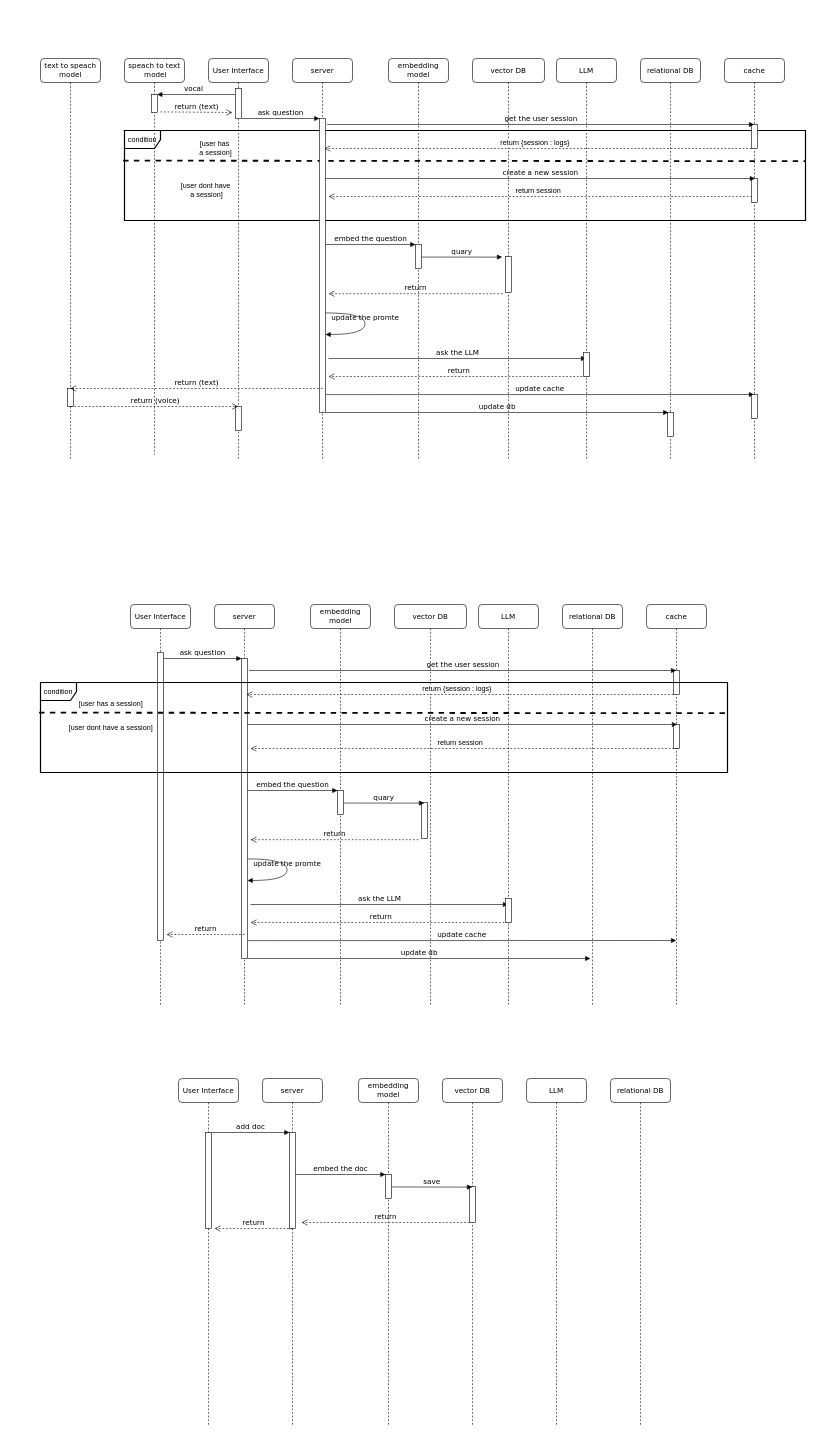
Earlier version of the draw.io diagram diagrams/seq-diargam.drawio (B-AJ-Amar/GL-final-project). Source tidied: cells renumbered, new cells numbered last; positions are measured from the earlier drawing's top-left corner, leaving out a move shared by most shapes. Both pictures are drawn from the tidied source at 60%, with x=0, y=0 at pixel (40, 58).
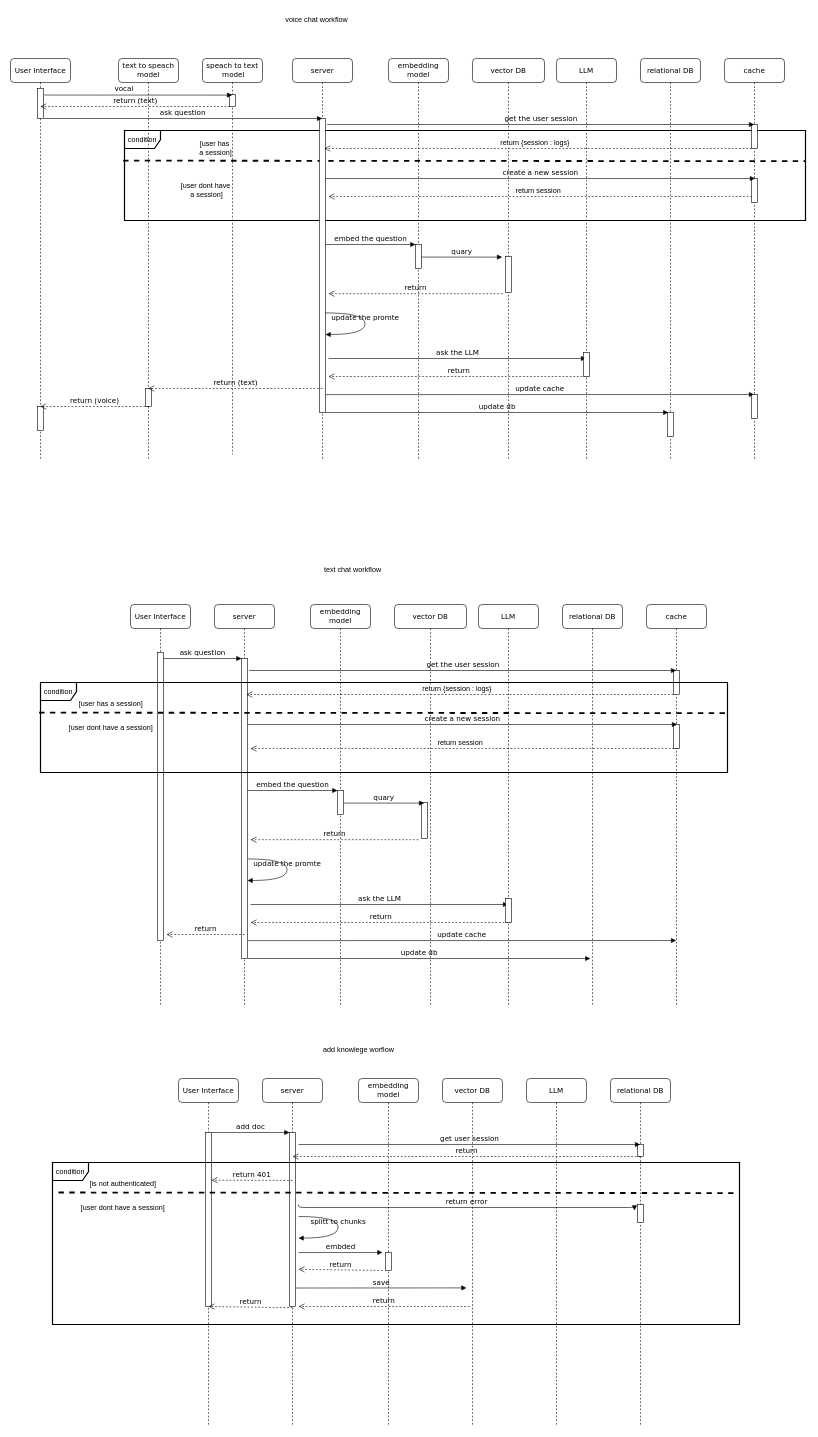
After the change.

The change refers to these unchanged cells:
```xml
<mxCell id="15" value="server" style="shape=umlLifeline;perimeter=lifelinePerimeter;whiteSpace=wrap;html=1;rounded=1;shadow=0;comic=0;labelBackgroundColor=none;strokeWidth=1;fontFamily=Verdana;fontSize=12;align=center;" parent="1" vertex="1">
  <mxGeometry x="370" y="1700" width="100" height="580" as="geometry" />
</mxCell>
<mxCell id="17" value="embedding model" style="shape=umlLifeline;perimeter=lifelinePerimeter;whiteSpace=wrap;html=1;rounded=1;shadow=0;comic=0;labelBackgroundColor=none;strokeWidth=1;fontFamily=Verdana;fontSize=12;align=center;" parent="1" vertex="1">
  <mxGeometry x="530" y="1700" width="100" height="580" as="geometry" />
</mxCell>
<mxCell id="23" value="relational DB" style="shape=umlLifeline;perimeter=lifelinePerimeter;whiteSpace=wrap;html=1;outlineConnect=0;rounded=1;shadow=0;comic=0;labelBackgroundColor=none;strokeWidth=1;fontFamily=Verdana;fontSize=12;align=center;" parent="1" vertex="1">
  <mxGeometry x="950" y="1700" width="100" height="580" as="geometry" />
</mxCell>
<mxCell id="24" value="User Interface" style="shape=umlLifeline;perimeter=lifelinePerimeter;whiteSpace=wrap;html=1;rounded=1;shadow=0;comic=0;labelBackgroundColor=none;strokeWidth=1;fontFamily=Verdana;fontSize=12;align=center;" parent="1" vertex="1">
  <mxGeometry x="230" y="1700" width="100" height="580" as="geometry" />
</mxCell>
<mxCell id="68" value="server" style="shape=umlLifeline;perimeter=lifelinePerimeter;whiteSpace=wrap;html=1;outlineConnect=0;rounded=1;shadow=0;comic=0;labelBackgroundColor=none;strokeWidth=1;fontFamily=Verdana;fontSize=12;align=center;" parent="1" vertex="1">
  <mxGeometry x="420" width="100" height="670" as="geometry" />
</mxCell>
<mxCell id="88" style="html=1;points=[];perimeter=orthogonalPerimeter;rounded=0;shadow=0;comic=0;labelBackgroundColor=none;strokeWidth=1;fontFamily=Verdana;fontSize=12;align=center;" parent="86" vertex="1">
  <mxGeometry x="45" y="50" width="10" height="50" as="geometry" />
</mxCell>
```

Change to the diagram source:
```diff
@@
+    <mxCell id="20" value="vector DB" style="shape=umlLifeline;perimeter=lifelinePerimeter;whiteSpace=wrap;html=1;outlineConnect=0;rounded=1;shadow=0;comic=0;labelBackgroundColor=none;strokeWidth=1;fontFamily=Verdana;fontSize=12;align=center;" parent="1" vertex="1">
+      <mxGeometry x="670" y="1700" width="100" height="580" as="geometry" />
+    </mxCell>
@@
     <mxCell id="11" value="speach to text&lt;div&gt;&amp;nbsp;model&lt;/div&gt;" style="shape=umlLifeline;perimeter=lifelinePerimeter;whiteSpace=wrap;html=1;outlineConnect=0;rounded=1;shadow=0;comic=0;labelBackgroundColor=none;strokeWidth=1;fontFamily=Verdana;fontSize=12;align=center;" parent="1" vertex="1">
-      <mxGeometry x="140" width="100" height="660" as="geometry" />
+      <mxGeometry x="270" width="100" height="660" as="geometry" />
     </mxCell>
-    <mxCell id="12" value="vocal" style="html=1;verticalAlign=bottom;endArrow=block;labelBackgroundColor=none;fontFamily=Verdana;fontSize=12;edgeStyle=elbowEdgeStyle;elbow=vertical;" parent="11" edge="1">
-      <mxGeometry x="0.08" relative="1" as="geometry">
-        <mxPoint x="185" y="60" as="sourcePoint" />
-        <mxPoint x="54.5" y="60" as="targetPoint" />
-      </mxGeometry>
-    </mxCell>
     <mxCell id="13" style="html=1;perimeter=orthogonalPerimeter;rounded=0;shadow=0;comic=0;labelBackgroundColor=none;strokeWidth=1;fontFamily=Verdana;fontSize=12;align=center;" parent="11" vertex="1">
-      <mxGeometry x="45" y="60" width="10" height="30" as="geometry" />
+      <mxGeometry x="45" y="60" width="10" height="20" as="geometry" />
     </mxCell>
-    <mxCell id="14" value="return (text)" style="html=1;verticalAlign=bottom;endArrow=open;dashed=1;endSize=8;labelBackgroundColor=none;fontFamily=Verdana;fontSize=12;" parent="11" edge="1">
-      <mxGeometry relative="1" as="geometry">
-        <mxPoint x="60" y="89" as="sourcePoint" />
-        <mxPoint x="180" y="90" as="targetPoint" />
-      </mxGeometry>
-    </mxCell>
@@
     <mxCell id="16" style="html=1;points=[];perimeter=orthogonalPerimeter;rounded=0;shadow=0;comic=0;labelBackgroundColor=none;strokeWidth=1;fontFamily=Verdana;fontSize=12;align=center;" parent="15" vertex="1">
-      <mxGeometry x="45" y="90" width="10" height="160" as="geometry" />
+      <mxGeometry x="45" y="90" width="10" height="290" as="geometry" />
     </mxCell>
@@
-    <mxCell id="18" style="html=1;points=[];perimeter=orthogonalPerimeter;rounded=0;shadow=0;comic=0;labelBackgroundColor=none;strokeWidth=1;fontFamily=Verdana;fontSize=12;align=center;" parent="17" vertex="1">
-      <mxGeometry x="45" y="160" width="10" height="40" as="geometry" />
-    </mxCell>
-    <mxCell id="19" value="return" style="html=1;verticalAlign=bottom;endArrow=open;dashed=1;endSize=8;labelBackgroundColor=none;fontFamily=Verdana;fontSize=12;" parent="17" edge="1">
-      <mxGeometry relative="1" as="geometry">
-        <mxPoint x="185" y="240" as="sourcePoint" />
-        <mxPoint x="-95" y="240" as="targetPoint" />
-      </mxGeometry>
-    </mxCell>
-    <mxCell id="20" value="vector DB" style="shape=umlLifeline;perimeter=lifelinePerimeter;whiteSpace=wrap;html=1;outlineConnect=0;rounded=1;shadow=0;comic=0;labelBackgroundColor=none;strokeWidth=1;fontFamily=Verdana;fontSize=12;align=center;" parent="1" vertex="1">
-      <mxGeometry x="670" y="1700" width="100" height="580" as="geometry" />
-    </mxCell>
-    <mxCell id="21" style="html=1;perimeter=orthogonalPerimeter;rounded=0;shadow=0;comic=0;labelBackgroundColor=none;strokeWidth=1;fontFamily=Verdana;fontSize=12;align=center;" parent="20" vertex="1">
-      <mxGeometry x="45" y="180" width="10" height="60" as="geometry" />
-    </mxCell>
+    <mxCell id="99" style="html=1;perimeter=orthogonalPerimeter;rounded=0;shadow=0;comic=0;labelBackgroundColor=none;strokeWidth=1;fontFamily=Verdana;fontSize=12;align=center;" parent="17" vertex="1">
+      <mxGeometry x="45" y="290" width="10" height="30" as="geometry" />
+    </mxCell>
+    <mxCell id="100" value="save" style="html=1;verticalAlign=bottom;endArrow=block;labelBackgroundColor=none;fontFamily=Verdana;fontSize=12;edgeStyle=elbowEdgeStyle;elbow=vertical;" parent="17" edge="1">
+      <mxGeometry relative="1" as="geometry">
+        <mxPoint x="-105" y="349.2" as="sourcePoint" />
+        <mxPoint x="180" y="349" as="targetPoint" />
+      </mxGeometry>
+    </mxCell>
+    <mxCell id="29" value="return" style="html=1;verticalAlign=bottom;endArrow=open;dashed=1;endSize=8;labelBackgroundColor=none;fontFamily=Verdana;fontSize=12;" parent="17" edge="1">
+      <mxGeometry relative="1" as="geometry">
+        <mxPoint x="185" y="380" as="sourcePoint" />
+        <mxPoint x="-100" y="380" as="targetPoint" />
+      </mxGeometry>
+    </mxCell>
@@
+    <mxCell id="101" style="html=1;perimeter=orthogonalPerimeter;targetShapes=umlLifeline;newEdgeStyle={&quot;curved&quot;:0,&quot;rounded&quot;:0};" parent="23" vertex="1">
+      <mxGeometry x="45" y="110" width="10" height="20" as="geometry" />
+    </mxCell>
+    <mxCell id="21" style="html=1;perimeter=orthogonalPerimeter;rounded=0;shadow=0;comic=0;labelBackgroundColor=none;strokeWidth=1;fontFamily=Verdana;fontSize=12;align=center;" parent="23" vertex="1">
+      <mxGeometry x="45" y="210" width="10" height="30" as="geometry" />
+    </mxCell>
@@
     <mxCell id="25" style="html=1;points=[];perimeter=orthogonalPerimeter;rounded=0;shadow=0;comic=0;labelBackgroundColor=none;strokeWidth=1;fontFamily=Verdana;fontSize=12;align=center;" parent="24" vertex="1">
-      <mxGeometry x="45" y="90" width="10" height="160" as="geometry" />
+      <mxGeometry x="45" y="90" width="10" height="290" as="geometry" />
     </mxCell>
@@
-    <mxCell id="27" value="embed the doc" style="html=1;verticalAlign=bottom;endArrow=block;entryX=0;entryY=0;labelBackgroundColor=none;fontFamily=Verdana;fontSize=12;edgeStyle=elbowEdgeStyle;elbow=vertical;" parent="1" edge="1" source="16" target="18">
-      <mxGeometry relative="1" as="geometry" />
-    </mxCell>
-    <mxCell id="28" value="save" style="html=1;verticalAlign=bottom;endArrow=block;labelBackgroundColor=none;fontFamily=Verdana;fontSize=12;edgeStyle=elbowEdgeStyle;elbow=vertical;exitX=1;exitY=0.519;exitDx=0;exitDy=0;exitPerimeter=0;" parent="1" edge="1" source="18" target="20">
-      <mxGeometry relative="1" as="geometry" />
-    </mxCell>
-    <mxCell id="29" value="return" style="html=1;verticalAlign=bottom;endArrow=open;dashed=1;endSize=8;labelBackgroundColor=none;fontFamily=Verdana;fontSize=12;" parent="1" edge="1">
-      <mxGeometry relative="1" as="geometry">
-        <mxPoint x="420" y="1950" as="sourcePoint" />
-        <mxPoint x="290" y="1950" as="targetPoint" />
-      </mxGeometry>
-    </mxCell>
@@
     <mxCell id="65" value="text to speach&lt;div&gt;model&lt;/div&gt;" style="shape=umlLifeline;perimeter=lifelinePerimeter;whiteSpace=wrap;html=1;outlineConnect=0;rounded=1;shadow=0;comic=0;labelBackgroundColor=none;strokeWidth=1;fontFamily=Verdana;fontSize=12;align=center;" parent="1" vertex="1">
-      <mxGeometry width="100" height="670" as="geometry" />
+      <mxGeometry x="130" width="100" height="670" as="geometry" />
     </mxCell>
@@
     <mxCell id="86" value="User Interface" style="shape=umlLifeline;perimeter=lifelinePerimeter;whiteSpace=wrap;html=1;outlineConnect=0;rounded=1;shadow=0;comic=0;labelBackgroundColor=none;strokeWidth=1;fontFamily=Verdana;fontSize=12;align=center;" parent="1" vertex="1">
-      <mxGeometry x="280" width="100" height="670" as="geometry" />
+      <mxGeometry x="-50" width="100" height="670" as="geometry" />
     </mxCell>
-    <mxCell id="87" value="ask question" style="html=1;verticalAlign=bottom;endArrow=block;entryX=0;entryY=0;labelBackgroundColor=none;fontFamily=Verdana;fontSize=12;edgeStyle=elbowEdgeStyle;elbow=vertical;" parent="86" edge="1">
+    <mxCell id="87" value="ask question" style="html=1;verticalAlign=bottom;endArrow=block;labelBackgroundColor=none;fontFamily=Verdana;fontSize=12;edgeStyle=elbowEdgeStyle;elbow=vertical;" parent="86" edge="1" target="68">
       <mxGeometry relative="1" as="geometry">
         <mxPoint x="55" y="100" as="sourcePoint" />
-        <mxPoint x="185" y="100" as="targetPoint" />
       </mxGeometry>
     </mxCell>
@@
     <mxCell id="98" value="return (voice)" style="html=1;verticalAlign=bottom;endArrow=open;dashed=1;endSize=8;labelBackgroundColor=none;fontFamily=Verdana;fontSize=12;" parent="1" edge="1" target="86">
       <mxGeometry relative="1" as="geometry">
-        <mxPoint x="50.5" y="580" as="sourcePoint" />
+        <mxPoint x="180.5" y="580" as="sourcePoint" />
       </mxGeometry>
     </mxCell>
+    <mxCell id="12" value="vocal" style="html=1;verticalAlign=bottom;endArrow=block;labelBackgroundColor=none;fontFamily=Verdana;fontSize=12;edgeStyle=elbowEdgeStyle;elbow=vertical;exitX=1.133;exitY=0.218;exitDx=0;exitDy=0;exitPerimeter=0;" parent="1" edge="1" source="88" target="11">
+      <mxGeometry x="-0.15" y="1" relative="1" as="geometry" />
+    </mxCell>
+    <mxCell id="14" value="return (text)" style="html=1;verticalAlign=bottom;endArrow=open;dashed=1;endSize=8;labelBackgroundColor=none;fontFamily=Verdana;fontSize=12;exitX=0.067;exitY=0.563;exitDx=0;exitDy=0;exitPerimeter=0;" parent="1" edge="1">
+      <mxGeometry relative="1" as="geometry">
+        <mxPoint x="315.7" y="80" as="sourcePoint" />
+        <mxPoint x="-0.5" y="80" as="targetPoint" />
+      </mxGeometry>
+    </mxCell>
+    <mxCell id="102" value="text chat workflow" style="text;html=1;align=center;verticalAlign=middle;strokeColor=none;fillColor=none;" parent="1" vertex="1">
+      <mxGeometry x="460" y="838" width="120" height="30" as="geometry" />
+    </mxCell>
+    <mxCell id="103" value="voice chat workflow" style="text;html=1;align=center;verticalAlign=middle;strokeColor=none;fillColor=none;" parent="1" vertex="1">
+      <mxGeometry x="395" y="-80" width="130" height="30" as="geometry" />
+    </mxCell>
+    <mxCell id="104" value="add knowlege worflow" style="text;html=1;align=center;verticalAlign=middle;strokeColor=none;fillColor=none;" parent="1" vertex="1">
+      <mxGeometry x="460" y="1638" width="140" height="30" as="geometry" />
+    </mxCell>
+    <mxCell id="105" value="get user session" style="html=1;verticalAlign=bottom;endArrow=block;labelBackgroundColor=none;fontFamily=Verdana;fontSize=12;edgeStyle=elbowEdgeStyle;elbow=vertical;" parent="1" edge="1" target="23">
+      <mxGeometry relative="1" as="geometry">
+        <mxPoint x="430" y="1810" as="sourcePoint" />
+      </mxGeometry>
+    </mxCell>
+    <mxCell id="106" value="return" style="html=1;verticalAlign=bottom;endArrow=open;dashed=1;endSize=8;labelBackgroundColor=none;fontFamily=Verdana;fontSize=12;" parent="1" edge="1" source="23">
+      <mxGeometry relative="1" as="geometry">
+        <mxPoint x="420" y="1830" as="targetPoint" />
+      </mxGeometry>
+    </mxCell>
+    <mxCell id="107" style="group;" parent="1" vertex="1">
+      <mxGeometry x="20" y="1840" width="1145" height="270" as="geometry" />
+    </mxCell>
+    <mxCell id="108" style="group;" parent="107" vertex="1">
+      <mxGeometry width="1145" height="270" as="geometry" />
+    </mxCell>
+    <mxCell id="109" value="condition" style="shape=umlFrame;whiteSpace=wrap;html=1;strokeWidth=2;" parent="108" vertex="1">
+      <mxGeometry width="1145" height="270" as="geometry" />
+    </mxCell>
+    <mxCell id="110" value="[user dont have a session]" style="text;html=1;align=center;verticalAlign=middle;strokeColor=none;fillColor=none;" parent="108" vertex="1">
+      <mxGeometry x="37.2" y="60" width="160" height="30" as="geometry" />
+    </mxCell>
+    <mxCell id="111" style="endArrow=none;dashed=1;html=1;rounded=0;strokeWidth=3;" parent="108" edge="1">
+      <mxGeometry relative="1" as="geometry">
+        <mxPoint x="10" y="50" as="sourcePoint" />
+        <mxPoint x="1140" y="51" as="targetPoint" />
+      </mxGeometry>
+    </mxCell>
+    <mxCell id="19" value="return 401" style="html=1;verticalAlign=bottom;endArrow=open;dashed=1;endSize=8;labelBackgroundColor=none;fontFamily=Verdana;fontSize=12;" parent="108" edge="1">
+      <mxGeometry relative="1" as="geometry">
+        <mxPoint x="400" y="30" as="sourcePoint" />
+        <mxPoint x="265" y="29.5" as="targetPoint" />
+      </mxGeometry>
+    </mxCell>
+    <mxCell id="112" value="splitt to chunks" style="html=1;verticalAlign=bottom;endArrow=block;labelBackgroundColor=none;fontFamily=Verdana;fontSize=12;elbow=vertical;edgeStyle=orthogonalEdgeStyle;curved=1;" parent="108" edge="1">
+      <mxGeometry relative="1" as="geometry">
+        <mxPoint x="410" y="90" as="sourcePoint" />
+        <mxPoint x="410" y="126" as="targetPoint" />
+        <Array as="points">
+          <mxPoint x="476" y="90" />
+          <mxPoint x="476" y="126" />
+        </Array>
+      </mxGeometry>
+    </mxCell>
+    <mxCell id="28" value="return error" style="html=1;verticalAlign=bottom;endArrow=block;labelBackgroundColor=none;fontFamily=Verdana;fontSize=12;edgeStyle=elbowEdgeStyle;elbow=vertical;" parent="108" edge="1">
+      <mxGeometry relative="1" as="geometry">
+        <mxPoint x="410" y="70" as="sourcePoint" />
+        <mxPoint x="970" y="80" as="targetPoint" />
+      </mxGeometry>
+    </mxCell>
+    <mxCell id="113" value="embded" style="html=1;verticalAlign=bottom;endArrow=block;labelBackgroundColor=none;fontFamily=Verdana;fontSize=12;edgeStyle=elbowEdgeStyle;elbow=vertical;" parent="108" edge="1">
+      <mxGeometry relative="1" as="geometry">
+        <mxPoint x="410" y="150.1" as="sourcePoint" />
+        <mxPoint x="550" y="150" as="targetPoint" />
+      </mxGeometry>
+    </mxCell>
+    <mxCell id="114" value="return" style="html=1;verticalAlign=bottom;endArrow=open;dashed=1;endSize=8;labelBackgroundColor=none;fontFamily=Verdana;fontSize=12;" parent="108" edge="1">
+      <mxGeometry relative="1" as="geometry">
+        <mxPoint x="550" y="180" as="sourcePoint" />
+        <mxPoint x="410" y="178" as="targetPoint" />
+      </mxGeometry>
+    </mxCell>
+    <mxCell id="115" value="return" style="html=1;verticalAlign=bottom;endArrow=open;dashed=1;endSize=8;labelBackgroundColor=none;fontFamily=Verdana;fontSize=12;" parent="108" edge="1">
+      <mxGeometry relative="1" as="geometry">
+        <mxPoint x="400" y="242" as="sourcePoint" />
+        <mxPoint x="260" y="240" as="targetPoint" />
+      </mxGeometry>
+    </mxCell>
+    <mxCell id="116" value="[is not authenticated]" style="text;html=1;align=center;verticalAlign=middle;strokeColor=none;fillColor=none;" parent="107" vertex="1">
+      <mxGeometry x="52.2" y="20" width="130" height="30" as="geometry" />
+    </mxCell>
```
